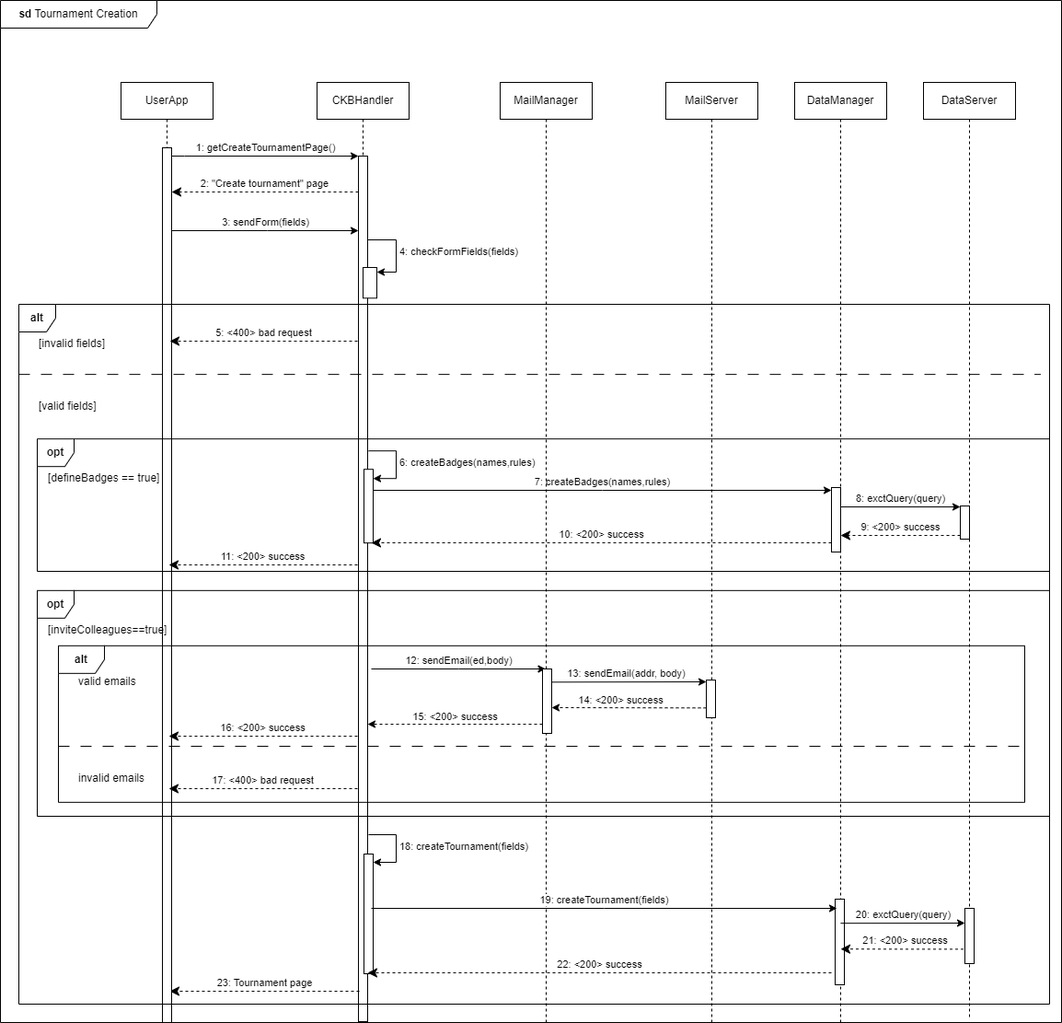
This is DD/images/seq_diagrams/tournament_creation_DD.png from antilupovolante/MassaraNguyenBaNicotri, a draw.io export, as it was before one commit. Source tidied: cells renumbered, new cells last; positions are measured from the earlier drawing's top-left corner, leaving out a move shared by most shapes.
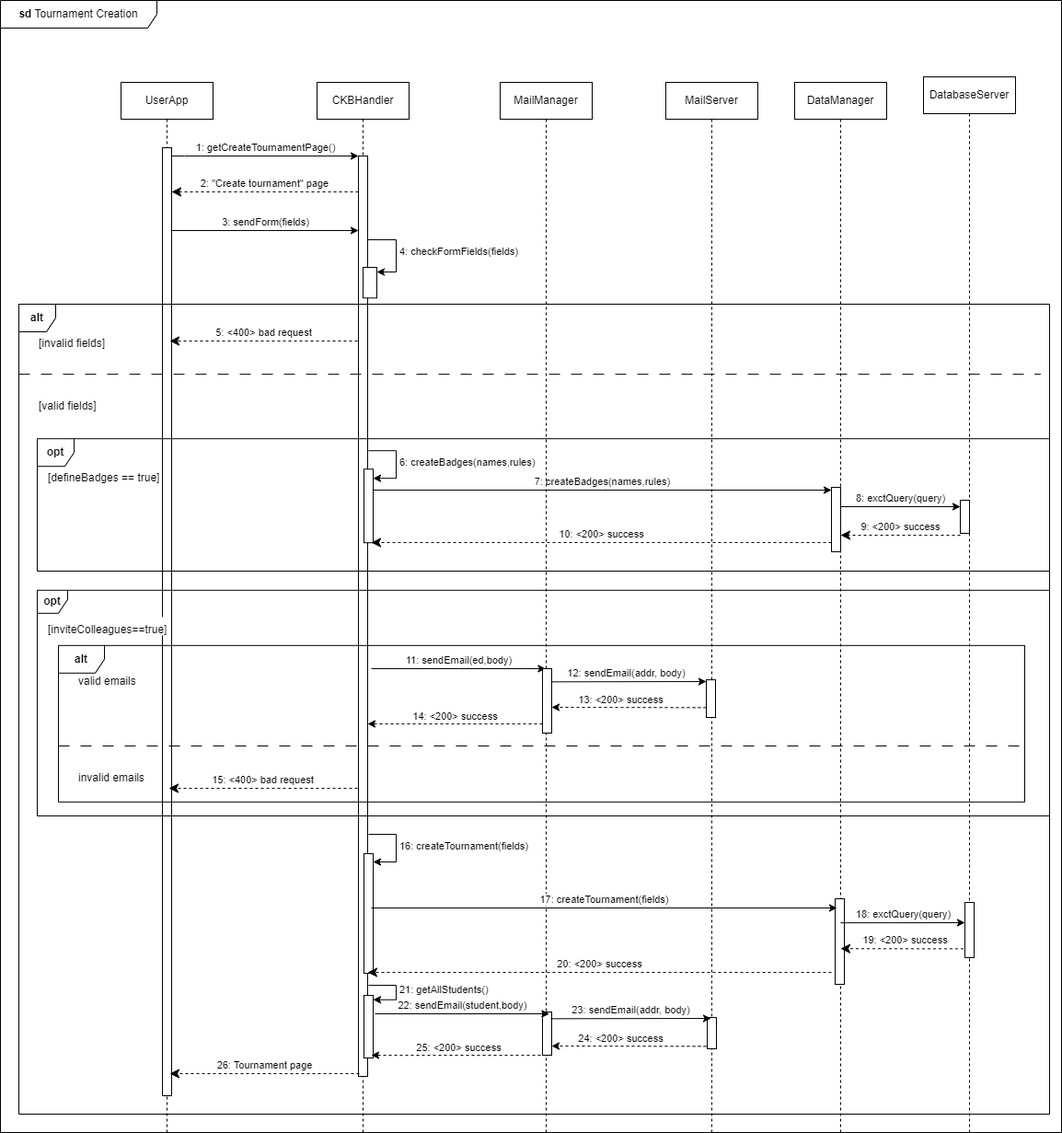
Above is the later version.

Change to the diagram source:
```diff
@@ -3,22 +3,22 @@
     <mxCell id="0" />
     <mxCell id="1" parent="0" />
     <mxCell id="2" value="&lt;b&gt;sd&lt;/b&gt; Tournament Creation" style="shape=umlFrame;whiteSpace=wrap;html=1;width=170;" parent="1" vertex="1">
-      <mxGeometry width="1153" height="1110" as="geometry" />
+      <mxGeometry width="1153" height="1230" as="geometry" />
     </mxCell>
     <mxCell id="3" value="UserApp" style="shape=umlLifeline;perimeter=lifelinePerimeter;whiteSpace=wrap;html=1;newEdgeStyle={&quot;edgeStyle&quot;:&quot;elbowEdgeStyle&quot;,&quot;elbow&quot;:&quot;vertical&quot;,&quot;curved&quot;:0,&quot;rounded&quot;:0};" parent="2" vertex="1">
-      <mxGeometry x="131" y="89" width="100" height="1021" as="geometry" />
+      <mxGeometry x="131" y="89" width="100" height="1141" as="geometry" />
     </mxCell>
     <mxCell id="4" value="CKBHandler" style="shape=umlLifeline;perimeter=lifelinePerimeter;whiteSpace=wrap;html=1;newEdgeStyle={&quot;edgeStyle&quot;:&quot;elbowEdgeStyle&quot;,&quot;elbow&quot;:&quot;vertical&quot;,&quot;curved&quot;:0,&quot;rounded&quot;:0};" parent="2" vertex="1">
-      <mxGeometry x="344" y="89" width="100" height="1021" as="geometry" />
+      <mxGeometry x="344" y="89" width="100" height="1141" as="geometry" />
     </mxCell>
     <mxCell id="5" style="group;" parent="2" vertex="1">
-      <mxGeometry x="389" y="169" width="41" height="940" as="geometry" />
+      <mxGeometry x="389" y="169" width="41" height="1053" as="geometry" />
     </mxCell>
     <mxCell id="6" style="group;" parent="5" vertex="1">
-      <mxGeometry width="41" height="940" as="geometry" />
+      <mxGeometry width="41" height="1053" as="geometry" />
     </mxCell>
     <mxCell id="7" style="html=1;points=[];perimeter=orthogonalPerimeter;outlineConnect=0;targetShapes=umlLifeline;portConstraint=eastwest;newEdgeStyle={&quot;edgeStyle&quot;:&quot;elbowEdgeStyle&quot;,&quot;elbow&quot;:&quot;vertical&quot;,&quot;curved&quot;:0,&quot;rounded&quot;:0};" parent="6" vertex="1">
-      <mxGeometry width="10" height="940" as="geometry" />
+      <mxGeometry width="10" height="1000" as="geometry" />
     </mxCell>
     <mxCell id="8" style="group;" parent="6" vertex="1">
       <mxGeometry x="6" y="735" width="35" height="153" as="geometry" />
@@ -29,7 +29,7 @@
     <mxCell id="10" style="html=1;points=[[0,0,0,0,5],[0,1,0,0,-5],[1,0,0,0,5],[1,1,0,0,-5]];perimeter=orthogonalPerimeter;outlineConnect=0;targetShapes=umlLifeline;portConstraint=eastwest;newEdgeStyle={&quot;curved&quot;:0,&quot;rounded&quot;:0};" parent="9" vertex="1">
       <mxGeometry width="10" height="130" as="geometry" />
     </mxCell>
-    <mxCell id="11" value="18: createTournament(fields)" style="html=1;align=left;spacingLeft=2;endArrow=classic;rounded=0;edgeStyle=orthogonalEdgeStyle;curved=0;rounded=0;endFill=1;" parent="9" edge="1" target="10">
+    <mxCell id="11" value="16: createTournament(fields)" style="html=1;align=left;spacingLeft=2;endArrow=classic;rounded=0;edgeStyle=orthogonalEdgeStyle;curved=0;rounded=0;endFill=1;" parent="9" edge="1" target="10">
       <mxGeometry relative="1" as="geometry">
         <mxPoint x="5" y="-21" as="sourcePoint" />
         <Array as="points">
@@ -51,6 +51,23 @@
         </Array>
       </mxGeometry>
     </mxCell>
+    <mxCell id="59" style="group;" parent="6" vertex="1">
+      <mxGeometry x="6" y="900" width="35" height="80" as="geometry" />
+    </mxCell>
+    <mxCell id="60" style="group;" parent="59" vertex="1">
+      <mxGeometry y="12" width="35" height="68" as="geometry" />
+    </mxCell>
+    <mxCell id="61" style="html=1;points=[[0,0,0,0,5],[0,1,0,0,-5],[1,0,0,0,5],[1,1,0,0,-5]];perimeter=orthogonalPerimeter;outlineConnect=0;targetShapes=umlLifeline;portConstraint=eastwest;newEdgeStyle={&quot;curved&quot;:0,&quot;rounded&quot;:0};" parent="60" vertex="1">
+      <mxGeometry width="10" height="68" as="geometry" />
+    </mxCell>
+    <mxCell id="62" value="21: getAllStudents()" style="html=1;align=left;spacingLeft=2;endArrow=classic;rounded=0;edgeStyle=orthogonalEdgeStyle;curved=0;rounded=0;endFill=1;" parent="60" edge="1" target="61">
+      <mxGeometry relative="1" as="geometry">
+        <mxPoint x="5" y="-11" as="sourcePoint" />
+        <Array as="points">
+          <mxPoint x="35" y="4.7" />
+        </Array>
+      </mxGeometry>
+    </mxCell>
     <mxCell id="15" style="html=1;points=[[0,0,0,0,5],[0,1,0,0,-5],[1,0,0,0,5],[1,1,0,0,-5]];perimeter=orthogonalPerimeter;outlineConnect=0;targetShapes=umlLifeline;portConstraint=eastwest;newEdgeStyle={&quot;curved&quot;:0,&quot;rounded&quot;:0};" parent="5" vertex="1">
       <mxGeometry x="5" y="121" width="15" height="33.3" as="geometry" />
     </mxCell>
@@ -86,20 +103,14 @@
         </Array>
       </mxGeometry>
     </mxCell>
-    <mxCell id="20" value="23: Tournament page" style="html=1;verticalAlign=bottom;endArrow=classic;dashed=1;endSize=8;edgeStyle=elbowEdgeStyle;elbow=vertical;curved=0;rounded=0;endFill=1;" parent="2" edge="1">
-      <mxGeometry relative="1" as="geometry">
-        <mxPoint x="390" y="1076" as="sourcePoint" />
-        <mxPoint x="184" y="1076.2" as="targetPoint" />
-      </mxGeometry>
-    </mxCell>
     <mxCell id="21" style="html=1;points=[];perimeter=orthogonalPerimeter;outlineConnect=0;targetShapes=umlLifeline;portConstraint=eastwest;newEdgeStyle={&quot;edgeStyle&quot;:&quot;elbowEdgeStyle&quot;,&quot;elbow&quot;:&quot;vertical&quot;,&quot;curved&quot;:0,&quot;rounded&quot;:0};" parent="2" vertex="1">
-      <mxGeometry x="176" y="160" width="10" height="950" as="geometry" />
+      <mxGeometry x="176" y="160" width="10" height="1030" as="geometry" />
     </mxCell>
-    <mxCell id="22" value="&lt;b&gt;opt&lt;/b&gt;" style="shape=umlFrame;whiteSpace=wrap;html=1;width=40;height=30;" parent="2" vertex="1">
+    <mxCell id="22" value="&lt;b&gt;opt&lt;/b&gt;" style="shape=umlFrame;whiteSpace=wrap;html=1;width=33;height=25;" parent="2" vertex="1">
       <mxGeometry x="40" y="640.8" width="1100" height="245.2" as="geometry" />
     </mxCell>
-    <mxCell id="23" value="[inviteColleagues==true]" style="text;html=1;" parent="22" vertex="1">
-      <mxGeometry width="100" height="20" relative="1" as="geometry">
+    <mxCell id="23" value="[inviteColleagues==true]" style="text;html=1;fillColor=default;" parent="22" vertex="1">
+      <mxGeometry width="130" height="20" relative="1" as="geometry">
         <mxPoint x="10" y="29" as="offset" />
       </mxGeometry>
     </mxCell>
@@ -111,17 +122,8 @@
         <mxPoint x="10" y="29" as="offset" />
       </mxGeometry>
     </mxCell>
-    <mxCell id="26" value="11: &amp;lt;200&amp;gt; success" style="html=1;verticalAlign=bottom;endArrow=classic;dashed=1;endSize=8;edgeStyle=elbowEdgeStyle;elbow=vertical;curved=0;rounded=0;endFill=1;" parent="24" edge="1">
-      <mxGeometry relative="1" as="geometry">
-        <mxPoint x="348" y="136.8" as="sourcePoint" />
-        <mxPoint x="143" y="136.8" as="targetPoint" />
-        <Array as="points">
-          <mxPoint x="277" y="136.8" />
-        </Array>
-      </mxGeometry>
-    </mxCell>
     <mxCell id="27" value="&lt;b&gt;alt&lt;/b&gt;" style="shape=umlFrame;whiteSpace=wrap;html=1;width=40;height=30;" parent="2" vertex="1">
-      <mxGeometry x="20" y="330" width="1120" height="760" as="geometry" />
+      <mxGeometry x="20" y="330" width="1120" height="880" as="geometry" />
     </mxCell>
     <mxCell id="28" value="[invalid fields]" style="text;html=1;" parent="27" vertex="1">
       <mxGeometry width="100" height="20" relative="1" as="geometry">
@@ -137,16 +139,7 @@
     <mxCell id="30" value="[valid fields]" style="line;strokeWidth=1;dashed=1;labelPosition=center;verticalLabelPosition=bottom;align=left;verticalAlign=top;spacingLeft=20;spacingTop=15;html=1;whiteSpace=wrap;dashPattern=12 12;" parent="27" vertex="1">
       <mxGeometry y="70" width="1110" height="12.3" as="geometry" />
     </mxCell>
-    <mxCell id="31" value="16: &amp;lt;200&amp;gt; success" style="html=1;verticalAlign=bottom;endArrow=classic;dashed=1;endSize=8;edgeStyle=elbowEdgeStyle;elbow=vertical;curved=0;rounded=0;endFill=1;" parent="27" edge="1">
-      <mxGeometry relative="1" as="geometry">
-        <mxPoint x="368" y="469" as="sourcePoint" />
-        <mxPoint x="163" y="469" as="targetPoint" />
-        <Array as="points">
-          <mxPoint x="297" y="469" />
-        </Array>
-      </mxGeometry>
-    </mxCell>
-    <mxCell id="32" value="17: &amp;lt;400&amp;gt; bad request" style="html=1;verticalAlign=bottom;endArrow=classic;dashed=1;endSize=8;edgeStyle=elbowEdgeStyle;elbow=vertical;curved=0;rounded=0;endFill=1;" parent="27" edge="1">
+    <mxCell id="32" value="15: &amp;lt;400&amp;gt; bad request" style="html=1;verticalAlign=bottom;endArrow=classic;dashed=1;endSize=8;edgeStyle=elbowEdgeStyle;elbow=vertical;curved=0;rounded=0;endFill=1;" parent="27" edge="1">
       <mxGeometry relative="1" as="geometry">
         <mxPoint x="368" y="526" as="sourcePoint" />
         <mxPoint x="163" y="526" as="targetPoint" />
@@ -155,7 +148,7 @@
         </Array>
       </mxGeometry>
     </mxCell>
-    <mxCell id="33" value="12: sendEmail(ed,body)" style="html=1;verticalAlign=bottom;endArrow=classic;edgeStyle=elbowEdgeStyle;elbow=vertical;curved=0;rounded=0;endFill=1;" parent="27" edge="1">
+    <mxCell id="33" value="11: sendEmail(ed,body)" style="html=1;verticalAlign=bottom;endArrow=classic;edgeStyle=elbowEdgeStyle;elbow=vertical;curved=0;rounded=0;endFill=1;" parent="27" edge="1">
       <mxGeometry relative="1" as="geometry">
         <mxPoint x="383" y="396" as="sourcePoint" />
         <mxPoint x="572.5" y="396" as="targetPoint" />
@@ -178,7 +171,7 @@
         <mxPoint x="536" y="67.5" as="targetPoint" />
       </mxGeometry>
     </mxCell>
-    <mxCell id="38" value="14: &amp;lt;200&amp;gt; success" style="edgeLabel;html=1;align=center;verticalAlign=middle;" parent="37" vertex="1">
+    <mxCell id="38" value="13: &amp;lt;200&amp;gt; success" style="edgeLabel;html=1;align=center;verticalAlign=middle;" parent="37" vertex="1">
       <mxGeometry x="0.51" y="3" relative="1" as="geometry">
         <mxPoint x="33" y="-12" as="offset" />
       </mxGeometry>
@@ -189,17 +182,46 @@
         <mxPoint x="883" y="202" as="targetPoint" />
       </mxGeometry>
     </mxCell>
+    <mxCell id="20" value="26: Tournament page" style="html=1;verticalAlign=bottom;endArrow=classic;dashed=1;endSize=8;edgeStyle=elbowEdgeStyle;elbow=vertical;curved=0;rounded=0;endFill=1;" parent="27" edge="1">
+      <mxGeometry relative="1" as="geometry">
+        <mxPoint x="370" y="836" as="sourcePoint" />
+        <mxPoint x="164" y="836.2" as="targetPoint" />
+      </mxGeometry>
+    </mxCell>
+    <mxCell id="63" value="25: &amp;lt;200&amp;gt; success" style="edgeStyle=elbowEdgeStyle;rounded=0;orthogonalLoop=1;jettySize=auto;html=1;elbow=vertical;curved=0;dashed=1;" parent="27" edge="1">
+      <mxGeometry y="-8" relative="1" as="geometry">
+        <mxPoint x="573" y="816" as="sourcePoint" />
+        <mxPoint x="383" y="816" as="targetPoint" />
+      </mxGeometry>
+    </mxCell>
+    <mxCell id="64" style="edgeStyle=elbowEdgeStyle;rounded=0;orthogonalLoop=1;jettySize=auto;html=1;elbow=vertical;curved=0;dashed=1;" parent="27" edge="1">
+      <mxGeometry relative="1" as="geometry">
+        <mxPoint x="747" y="806.3" as="sourcePoint" />
+        <mxPoint x="579" y="806.3" as="targetPoint" />
+      </mxGeometry>
+    </mxCell>
+    <mxCell id="65" value="24: &amp;lt;200&amp;gt; success" style="edgeLabel;html=1;align=center;verticalAlign=middle;" parent="64" vertex="1">
+      <mxGeometry x="0.51" y="3" relative="1" as="geometry">
+        <mxPoint x="33" y="-12" as="offset" />
+      </mxGeometry>
+    </mxCell>
     <mxCell id="40" value="MailManager" style="shape=umlLifeline;perimeter=lifelinePerimeter;whiteSpace=wrap;html=1;newEdgeStyle={&quot;edgeStyle&quot;:&quot;elbowEdgeStyle&quot;,&quot;elbow&quot;:&quot;vertical&quot;,&quot;curved&quot;:0,&quot;rounded&quot;:0};" parent="2" vertex="1">
-      <mxGeometry x="543" y="89" width="100" height="1021" as="geometry" />
+      <mxGeometry x="543" y="89" width="100" height="1141" as="geometry" />
     </mxCell>
+    <mxCell id="66" style="html=1;perimeter=orthogonalPerimeter;targetShapes=umlLifeline;newEdgeStyle={&quot;edgeStyle&quot;:&quot;elbowEdgeStyle&quot;,&quot;elbow&quot;:&quot;vertical&quot;,&quot;curved&quot;:0,&quot;rounded&quot;:0};" parent="40" vertex="1">
+      <mxGeometry x="46" y="1010" width="10" height="47" as="geometry" />
+    </mxCell>
     <mxCell id="41" value="MailServer" style="shape=umlLifeline;perimeter=lifelinePerimeter;whiteSpace=wrap;html=1;newEdgeStyle={&quot;edgeStyle&quot;:&quot;elbowEdgeStyle&quot;,&quot;elbow&quot;:&quot;vertical&quot;,&quot;curved&quot;:0,&quot;rounded&quot;:0};" parent="2" vertex="1">
-      <mxGeometry x="723" y="89" width="100" height="1021" as="geometry" />
+      <mxGeometry x="723" y="89" width="100" height="1141" as="geometry" />
     </mxCell>
     <mxCell id="42" style="html=1;perimeter=orthogonalPerimeter;targetShapes=umlLifeline;newEdgeStyle={&quot;edgeStyle&quot;:&quot;elbowEdgeStyle&quot;,&quot;elbow&quot;:&quot;vertical&quot;,&quot;curved&quot;:0,&quot;rounded&quot;:0};" parent="41" vertex="1">
       <mxGeometry x="44" y="649.1" width="10" height="40.9" as="geometry" />
     </mxCell>
+    <mxCell id="67" style="html=1;perimeter=orthogonalPerimeter;targetShapes=umlLifeline;newEdgeStyle={&quot;edgeStyle&quot;:&quot;elbowEdgeStyle&quot;,&quot;elbow&quot;:&quot;vertical&quot;,&quot;curved&quot;:0,&quot;rounded&quot;:0};" parent="41" vertex="1">
+      <mxGeometry x="45" y="1016.1" width="10" height="33.9" as="geometry" />
+    </mxCell>
     <mxCell id="43" value="DataManager" style="shape=umlLifeline;perimeter=lifelinePerimeter;whiteSpace=wrap;html=1;newEdgeStyle={&quot;edgeStyle&quot;:&quot;elbowEdgeStyle&quot;,&quot;elbow&quot;:&quot;vertical&quot;,&quot;curved&quot;:0,&quot;rounded&quot;:0};" parent="2" vertex="1">
-      <mxGeometry x="863" y="89" width="100" height="1021" as="geometry" />
+      <mxGeometry x="863" y="89" width="100" height="1141" as="geometry" />
     </mxCell>
     <mxCell id="44" style="html=1;perimeter=orthogonalPerimeter;targetShapes=umlLifeline;newEdgeStyle={&quot;edgeStyle&quot;:&quot;elbowEdgeStyle&quot;,&quot;elbow&quot;:&quot;vertical&quot;,&quot;curved&quot;:0,&quot;rounded&quot;:0};" parent="43" vertex="1">
       <mxGeometry x="44" y="887" width="10" height="93" as="geometry" />
@@ -212,24 +234,24 @@
         <mxPoint x="403" y="588.9" as="targetPoint" />
       </mxGeometry>
     </mxCell>
-    <mxCell id="47" value="19: createTournament(fields)" style="html=1;verticalAlign=bottom;endArrow=classic;edgeStyle=elbowEdgeStyle;elbow=vertical;curved=0;rounded=0;endFill=1;" parent="2" edge="1">
+    <mxCell id="47" value="17: createTournament(fields)" style="html=1;verticalAlign=bottom;endArrow=classic;edgeStyle=elbowEdgeStyle;elbow=vertical;curved=0;rounded=0;endFill=1;" parent="2" edge="1">
       <mxGeometry relative="1" as="geometry">
         <mxPoint x="403" y="986" as="sourcePoint" />
         <mxPoint x="909" y="986" as="targetPoint" />
       </mxGeometry>
     </mxCell>
-    <mxCell id="48" value="20: exctQuery(query)" style="html=1;verticalAlign=bottom;endArrow=classic;edgeStyle=elbowEdgeStyle;elbow=vertical;curved=0;rounded=0;endFill=1;" parent="2" edge="1" target="55">
+    <mxCell id="48" value="18: exctQuery(query)" style="html=1;verticalAlign=bottom;endArrow=classic;edgeStyle=elbowEdgeStyle;elbow=vertical;curved=0;rounded=0;endFill=1;" parent="2" edge="1" target="55">
       <mxGeometry relative="1" as="geometry">
         <mxPoint x="913" y="1002.2" as="sourcePoint" />
       </mxGeometry>
     </mxCell>
-    <mxCell id="49" value="21: &amp;lt;200&amp;gt; success" style="html=1;verticalAlign=bottom;endArrow=classic;dashed=1;endSize=8;edgeStyle=elbowEdgeStyle;elbow=horizontal;curved=0;rounded=0;endFill=1;" parent="2" edge="1">
+    <mxCell id="49" value="19: &amp;lt;200&amp;gt; success" style="html=1;verticalAlign=bottom;endArrow=classic;dashed=1;endSize=8;edgeStyle=elbowEdgeStyle;elbow=horizontal;curved=0;rounded=0;endFill=1;" parent="2" edge="1">
       <mxGeometry relative="1" as="geometry">
         <mxPoint x="1052.5" y="1030.3" as="sourcePoint" />
         <mxPoint x="913" y="1030.2" as="targetPoint" />
       </mxGeometry>
     </mxCell>
-    <mxCell id="50" value="22: &amp;lt;200&amp;gt; success" style="html=1;verticalAlign=bottom;endArrow=classic;dashed=1;endSize=8;edgeStyle=elbowEdgeStyle;elbow=vertical;curved=0;rounded=0;endFill=1;" parent="2" edge="1" target="7">
+    <mxCell id="50" value="20: &amp;lt;200&amp;gt; success" style="html=1;verticalAlign=bottom;endArrow=classic;dashed=1;endSize=8;edgeStyle=elbowEdgeStyle;elbow=vertical;curved=0;rounded=0;endFill=1;" parent="2" edge="1" target="7">
       <mxGeometry relative="1" as="geometry">
         <mxPoint x="903" y="1056" as="sourcePoint" />
         <Array as="points">
@@ -237,13 +259,25 @@
         </Array>
       </mxGeometry>
     </mxCell>
-    <mxCell id="51" value="13: sendEmail(addr,&amp;nbsp;body)" style="html=1;verticalAlign=bottom;endArrow=classic;edgeStyle=elbowEdgeStyle;elbow=vertical;curved=0;rounded=0;endFill=1;" parent="2" edge="1">
+    <mxCell id="51" value="12: sendEmail(addr,&amp;nbsp;body)" style="html=1;verticalAlign=bottom;endArrow=classic;edgeStyle=elbowEdgeStyle;elbow=vertical;curved=0;rounded=0;endFill=1;" parent="2" edge="1">
       <mxGeometry relative="1" as="geometry">
         <mxPoint x="593" y="740.3" as="sourcePoint" />
         <mxPoint x="767" y="740" as="targetPoint" />
       </mxGeometry>
     </mxCell>
+    <mxCell id="68" value="22: sendEmail(student,body)" style="html=1;verticalAlign=bottom;endArrow=classic;edgeStyle=elbowEdgeStyle;elbow=vertical;curved=0;rounded=0;endFill=1;" parent="2" edge="1">
+      <mxGeometry relative="1" as="geometry">
+        <mxPoint x="407" y="1101" as="sourcePoint" />
+        <mxPoint x="596.5" y="1101" as="targetPoint" />
+      </mxGeometry>
+    </mxCell>
+    <mxCell id="69" value="23: sendEmail(addr,&amp;nbsp;body)" style="html=1;verticalAlign=bottom;endArrow=classic;edgeStyle=elbowEdgeStyle;elbow=vertical;curved=0;rounded=0;endFill=1;" parent="2" edge="1">
+      <mxGeometry relative="1" as="geometry">
+        <mxPoint x="598" y="1106.3" as="sourcePoint" />
+        <mxPoint x="772" y="1106" as="targetPoint" />
+      </mxGeometry>
+    </mxCell>
-    <mxCell id="52" value="15: &amp;lt;200&amp;gt; success" style="edgeStyle=elbowEdgeStyle;rounded=0;orthogonalLoop=1;jettySize=auto;html=1;elbow=vertical;curved=0;dashed=1;" parent="1" edge="1">
+    <mxCell id="52" value="14: &amp;lt;200&amp;gt; success" style="edgeStyle=elbowEdgeStyle;rounded=0;orthogonalLoop=1;jettySize=auto;html=1;elbow=vertical;curved=0;dashed=1;" parent="1" edge="1">
       <mxGeometry y="-8" relative="1" as="geometry">
         <mxPoint x="589" y="786" as="sourcePoint" />
         <mxPoint x="399" y="786" as="targetPoint" />
@@ -252,8 +286,8 @@
     <mxCell id="53" style="html=1;perimeter=orthogonalPerimeter;targetShapes=umlLifeline;newEdgeStyle={&quot;edgeStyle&quot;:&quot;elbowEdgeStyle&quot;,&quot;elbow&quot;:&quot;vertical&quot;,&quot;curved&quot;:0,&quot;rounded&quot;:0};" parent="1" vertex="1">
       <mxGeometry x="589" y="726" width="10" height="70" as="geometry" />
     </mxCell>
-    <mxCell id="54" value="DataServer" style="shape=umlLifeline;perimeter=lifelinePerimeter;whiteSpace=wrap;html=1;newEdgeStyle={&quot;edgeStyle&quot;:&quot;elbowEdgeStyle&quot;,&quot;elbow&quot;:&quot;vertical&quot;,&quot;curved&quot;:0,&quot;rounded&quot;:0};" parent="1" vertex="1">
-      <mxGeometry x="1003" y="89" width="100" height="1017" as="geometry" />
+    <mxCell id="54" value="DatabaseServer" style="shape=umlLifeline;perimeter=lifelinePerimeter;whiteSpace=wrap;html=1;newEdgeStyle={&quot;edgeStyle&quot;:&quot;elbowEdgeStyle&quot;,&quot;elbow&quot;:&quot;vertical&quot;,&quot;curved&quot;:0,&quot;rounded&quot;:0};" parent="1" vertex="1">
+      <mxGeometry x="1003" y="83" width="100" height="1147" as="geometry" />
     </mxCell>
     <mxCell id="55" style="html=1;points=[];perimeter=orthogonalPerimeter;outlineConnect=0;targetShapes=umlLifeline;portConstraint=eastwest;newEdgeStyle={&quot;edgeStyle&quot;:&quot;elbowEdgeStyle&quot;,&quot;elbow&quot;:&quot;vertical&quot;,&quot;curved&quot;:0,&quot;rounded&quot;:0};" parent="54" vertex="1">
       <mxGeometry x="45" y="897" width="10" height="60" as="geometry" />
```
